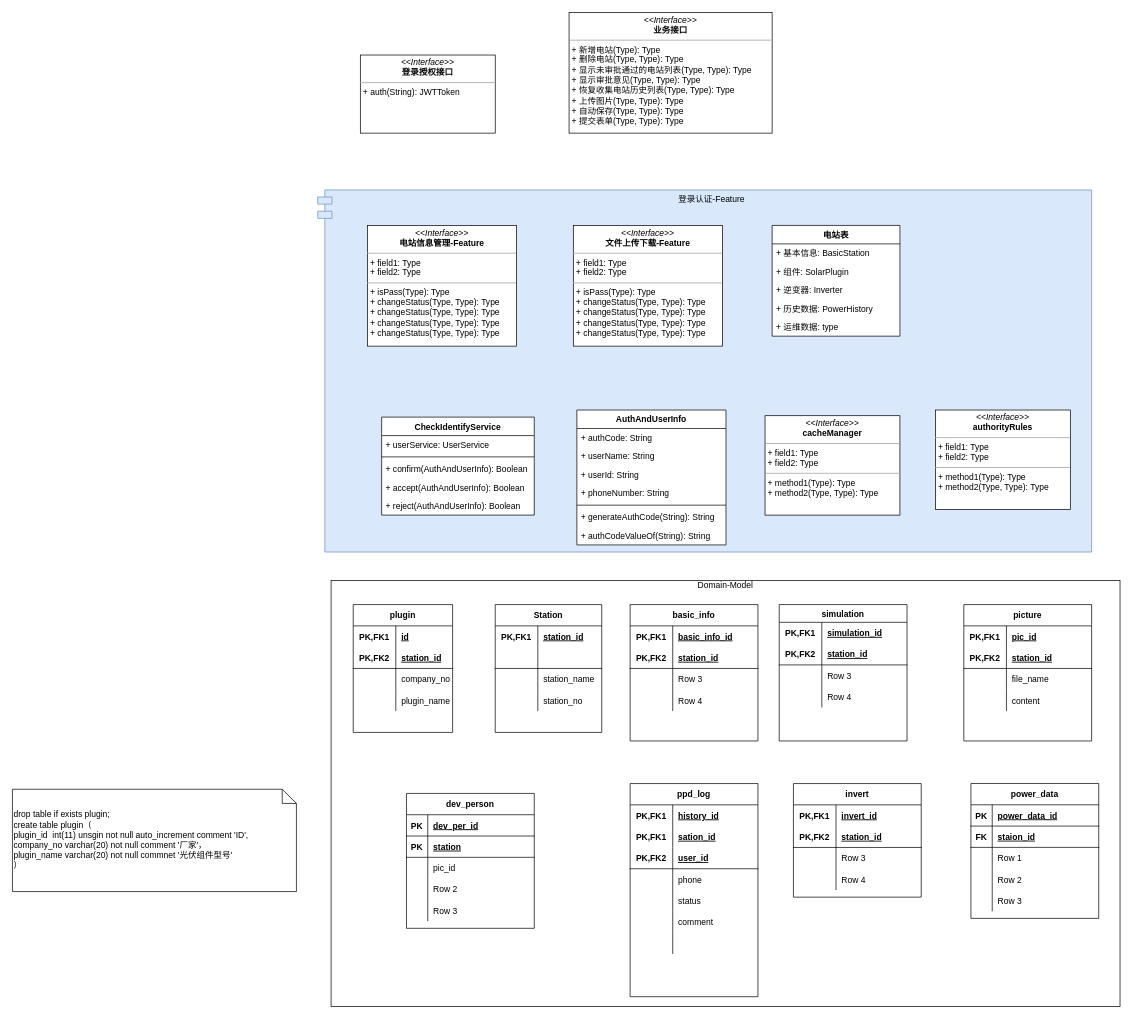
Earlier version of the draw.io diagram package.drawio (gg2herry/drawio). Source tidied: cells renumbered, new cells numbered last; positions are measured from the earlier drawing's top-left corner, leaving out a move shared by most shapes. Both pictures are drawn from the tidied source at 71%, with x=0, y=0 at pixel (12, 12).
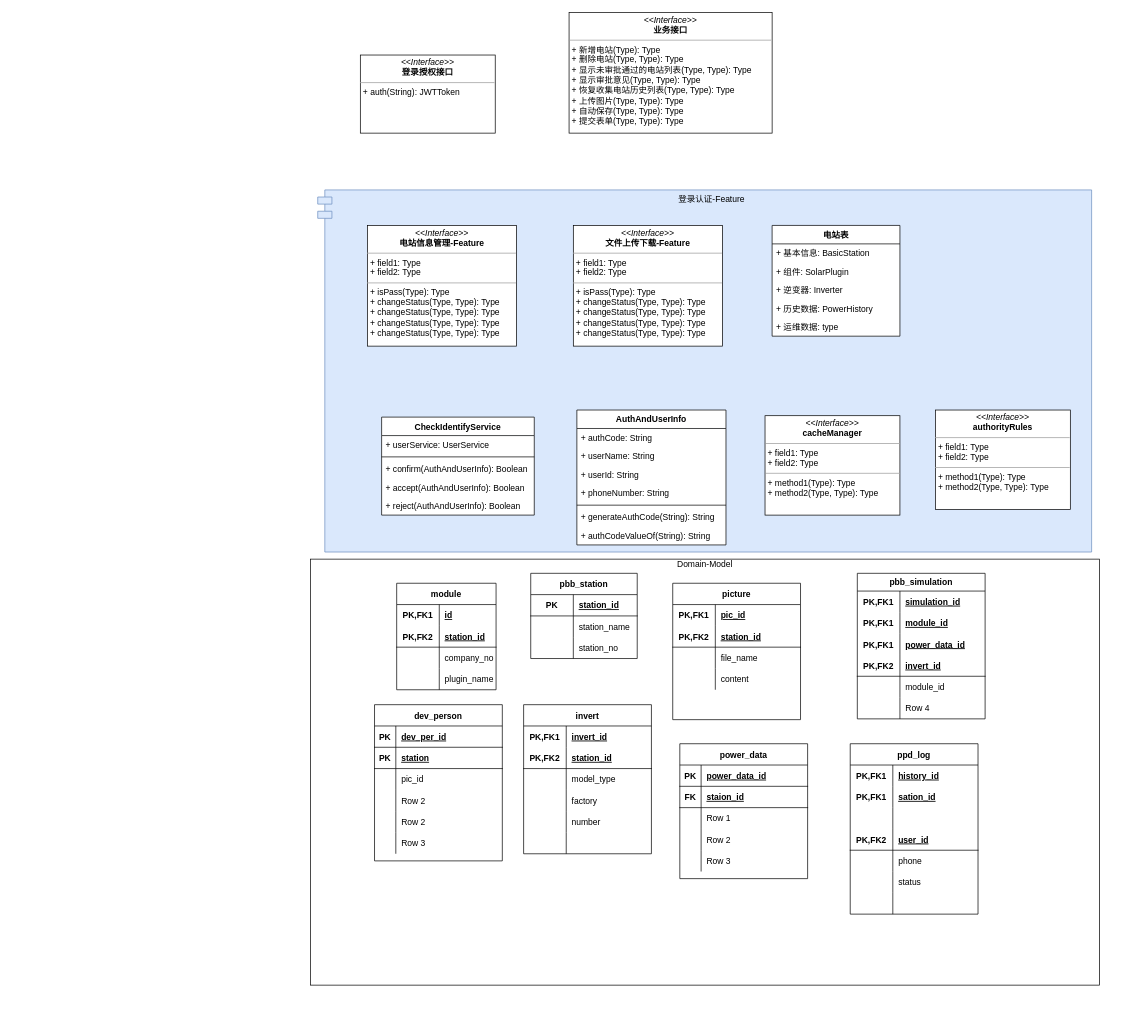
The same page after the edit.

Unchanged cells that the change refers to:
```xml
<mxCell id="125" style="shape=partialRectangle;fillColor=none;top=0;left=0;bottom=0;right=0;" parent="118" vertex="1">
  <mxGeometry y="90" width="180" height="30" as="geometry" />
</mxCell>
```

Diff of the diagram source:
```diff
@@
     <mxCell id="29" style="group;" parent="1" vertex="1">
-      <mxGeometry x="448.8" y="810" width="1111.2" height="600" as="geometry" />
+      <mxGeometry x="420" y="780" width="1111.2" height="600" as="geometry" />
     </mxCell>
@@
-    <mxCell id="31" value="Station" style="shape=table;startSize=30;childLayout=tableLayout;rowLines=0;fontStyle=1;align=center;" parent="29" vertex="1">
-      <mxGeometry x="231.2" y="24" width="150" height="180.1" as="geometry" />
+    <mxCell id="31" value="pbb_station" style="shape=table;startSize=30;childLayout=tableLayout;rowLines=0;fontStyle=1;align=center;" parent="29" vertex="1">
+      <mxGeometry x="310" y="10" width="150" height="120" as="geometry" />
     </mxCell>
-    <mxCell id="32" style="shape=partialRectangle;fillColor=none;top=0;left=0;bottom=0;right=0;" parent="31" vertex="1">
-      <mxGeometry y="30" width="150" height="30" as="geometry" />
-    </mxCell>
-    <mxCell id="33" value="PK,FK1" style="shape=partialRectangle;fillColor=none;top=0;left=0;bottom=0;right=0;fontStyle=1;overflow=hidden;" parent="32" vertex="1">
-      <mxGeometry width="60" height="30" as="geometry" />
-    </mxCell>
-    <mxCell id="34" value="station_id" style="shape=partialRectangle;fillColor=none;top=0;left=0;bottom=0;right=0;align=left;spacingLeft=6;fontStyle=5;overflow=hidden;" parent="32" vertex="1">
-      <mxGeometry x="60" width="90" height="30" as="geometry" />
-    </mxCell>
     <mxCell id="35" style="shape=partialRectangle;fillColor=none;top=0;left=0;bottom=1;right=0;" parent="31" vertex="1">
-      <mxGeometry y="60" width="150" height="30" as="geometry" />
+      <mxGeometry y="30" width="150" height="30" as="geometry" />
     </mxCell>
-    <mxCell id="36" style="shape=partialRectangle;fillColor=none;top=0;left=0;bottom=0;right=0;fontStyle=1;overflow=hidden;" parent="35" vertex="1">
+    <mxCell id="36" value="PK" style="shape=partialRectangle;fillColor=none;top=0;left=0;bottom=0;right=0;fontStyle=1;overflow=hidden;" parent="35" vertex="1">
       <mxGeometry width="60" height="30" as="geometry" />
     </mxCell>
-    <mxCell id="37" style="shape=partialRectangle;fillColor=none;top=0;left=0;bottom=0;right=0;align=left;spacingLeft=6;fontStyle=5;overflow=hidden;" parent="35" vertex="1">
+    <mxCell id="37" value="station_id" style="shape=partialRectangle;fillColor=none;top=0;left=0;bottom=0;right=0;align=left;spacingLeft=6;fontStyle=5;overflow=hidden;" parent="35" vertex="1">
       <mxGeometry x="60" width="90" height="30" as="geometry" />
     </mxCell>
     <mxCell id="38" style="shape=partialRectangle;fillColor=none;top=0;left=0;bottom=0;right=0;" parent="31" vertex="1">
-      <mxGeometry y="90" width="150" height="30" as="geometry" />
+      <mxGeometry y="60" width="150" height="30" as="geometry" />
     </mxCell>
@@
     <mxCell id="41" style="shape=partialRectangle;fillColor=none;top=0;left=0;bottom=0;right=0;" parent="31" vertex="1">
-      <mxGeometry y="120" width="150" height="30" as="geometry" />
+      <mxGeometry y="90" width="150" height="30" as="geometry" />
     </mxCell>
@@
-    <mxCell id="44" value="plugin" style="shape=table;startSize=30;childLayout=tableLayout;rowLines=0;fontStyle=1;align=center;" parent="29" vertex="1">
-      <mxGeometry x="31.2" y="24" width="140" height="180.1" as="geometry" />
+    <mxCell id="44" value="module" style="shape=table;startSize=30;childLayout=tableLayout;rowLines=0;fontStyle=1;align=center;" parent="29" vertex="1">
+      <mxGeometry x="121.2" y="24" width="140" height="150" as="geometry" />
     </mxCell>
@@
-    <mxCell id="57" value="basic_info" style="shape=table;startSize=30;childLayout=tableLayout;rowLines=0;fontStyle=1;align=center;" parent="29" vertex="1">
-      <mxGeometry x="421.2" y="24" width="180" height="192.1" as="geometry" />
-    </mxCell>
-    <mxCell id="58" style="shape=partialRectangle;fillColor=none;top=0;left=0;bottom=0;right=0;" parent="57" vertex="1">
-      <mxGeometry y="30" width="180" height="30" as="geometry" />
-    </mxCell>
-    <mxCell id="59" value="PK,FK1" style="shape=partialRectangle;fillColor=none;top=0;left=0;bottom=0;right=0;fontStyle=1;overflow=hidden;" parent="58" vertex="1">
-      <mxGeometry width="60" height="30" as="geometry" />
-    </mxCell>
-    <mxCell id="60" value="basic_info_id" style="shape=partialRectangle;fillColor=none;top=0;left=0;bottom=0;right=0;align=left;spacingLeft=6;fontStyle=5;overflow=hidden;" parent="58" vertex="1">
-      <mxGeometry x="60" width="120" height="30" as="geometry" />
-    </mxCell>
-    <mxCell id="61" style="shape=partialRectangle;fillColor=none;top=0;left=0;bottom=1;right=0;" parent="57" vertex="1">
-      <mxGeometry y="60" width="180" height="30" as="geometry" />
-    </mxCell>
-    <mxCell id="62" value="PK,FK2" style="shape=partialRectangle;fillColor=none;top=0;left=0;bottom=0;right=0;fontStyle=1;overflow=hidden;" parent="61" vertex="1">
-      <mxGeometry width="60" height="30" as="geometry" />
-    </mxCell>
-    <mxCell id="63" value="station_id" style="shape=partialRectangle;fillColor=none;top=0;left=0;bottom=0;right=0;align=left;spacingLeft=6;fontStyle=5;overflow=hidden;" parent="61" vertex="1">
-      <mxGeometry x="60" width="120" height="30" as="geometry" />
-    </mxCell>
-    <mxCell id="64" style="shape=partialRectangle;fillColor=none;top=0;left=0;bottom=0;right=0;" parent="57" vertex="1">
-      <mxGeometry y="90" width="180" height="30" as="geometry" />
-    </mxCell>
-    <mxCell id="65" style="shape=partialRectangle;fillColor=none;top=0;left=0;bottom=0;right=0;overflow=hidden;" parent="64" vertex="1">
-      <mxGeometry width="60" height="30" as="geometry" />
-    </mxCell>
-    <mxCell id="66" value="Row 3" style="shape=partialRectangle;fillColor=none;top=0;left=0;bottom=0;right=0;align=left;spacingLeft=6;overflow=hidden;" parent="64" vertex="1">
-      <mxGeometry x="60" width="120" height="30" as="geometry" />
-    </mxCell>
-    <mxCell id="67" style="shape=partialRectangle;fillColor=none;top=0;left=0;bottom=0;right=0;" parent="57" vertex="1">
-      <mxGeometry y="120" width="180" height="30" as="geometry" />
-    </mxCell>
-    <mxCell id="68" style="shape=partialRectangle;fillColor=none;top=0;left=0;bottom=0;right=0;overflow=hidden;" parent="67" vertex="1">
-      <mxGeometry width="60" height="30" as="geometry" />
-    </mxCell>
-    <mxCell id="69" value="Row 4" style="shape=partialRectangle;fillColor=none;top=0;left=0;bottom=0;right=0;align=left;spacingLeft=6;overflow=hidden;" parent="67" vertex="1">
-      <mxGeometry x="60" width="120" height="30" as="geometry" />
-    </mxCell>
-    <mxCell id="70" value="simulation" style="shape=table;startSize=25;childLayout=tableLayout;rowLines=0;fontStyle=1;align=center;" parent="29" vertex="1">
-      <mxGeometry x="631.2" y="24" width="180" height="192.1" as="geometry" />
+    <mxCell id="70" value="pbb_simulation" style="shape=table;startSize=25;childLayout=tableLayout;rowLines=0;fontStyle=1;align=center;" parent="29" vertex="1">
+      <mxGeometry x="770" y="10" width="180" height="205" as="geometry" />
     </mxCell>
@@
+    <mxCell id="164" style="shape=partialRectangle;fillColor=none;top=0;left=0;bottom=0;right=0;" parent="70" vertex="1">
+      <mxGeometry y="55" width="180" height="30" as="geometry" />
+    </mxCell>
+    <mxCell id="165" value="PK,FK1" style="shape=partialRectangle;fillColor=none;top=0;left=0;bottom=0;right=0;fontStyle=1;overflow=hidden;" parent="164" vertex="1">
+      <mxGeometry width="60" height="30" as="geometry" />
+    </mxCell>
+    <mxCell id="166" value="module_id" style="shape=partialRectangle;fillColor=none;top=0;left=0;bottom=0;right=0;align=left;spacingLeft=6;fontStyle=5;overflow=hidden;" parent="164" vertex="1">
+      <mxGeometry x="60" width="120" height="30" as="geometry" />
+    </mxCell>
+    <mxCell id="167" style="shape=partialRectangle;fillColor=none;top=0;left=0;bottom=0;right=0;" parent="70" vertex="1">
+      <mxGeometry y="85" width="180" height="30" as="geometry" />
+    </mxCell>
+    <mxCell id="168" value="PK,FK1" style="shape=partialRectangle;fillColor=none;top=0;left=0;bottom=0;right=0;fontStyle=1;overflow=hidden;" parent="167" vertex="1">
+      <mxGeometry width="60" height="30" as="geometry" />
+    </mxCell>
+    <mxCell id="169" value="power_data_id" style="shape=partialRectangle;fillColor=none;top=0;left=0;bottom=0;right=0;align=left;spacingLeft=6;fontStyle=5;overflow=hidden;" parent="167" vertex="1">
+      <mxGeometry x="60" width="120" height="30" as="geometry" />
+    </mxCell>
     <mxCell id="74" style="shape=partialRectangle;fillColor=none;top=0;left=0;bottom=1;right=0;" parent="70" vertex="1">
-      <mxGeometry y="55" width="180" height="30" as="geometry" />
+      <mxGeometry y="115" width="180" height="30" as="geometry" />
     </mxCell>
@@
-    <mxCell id="76" value="station_id" style="shape=partialRectangle;fillColor=none;top=0;left=0;bottom=0;right=0;align=left;spacingLeft=6;fontStyle=5;overflow=hidden;" parent="74" vertex="1">
+    <mxCell id="76" value="invert_id" style="shape=partialRectangle;fillColor=none;top=0;left=0;bottom=0;right=0;align=left;spacingLeft=6;fontStyle=5;overflow=hidden;" parent="74" vertex="1">
       <mxGeometry x="60" width="120" height="30" as="geometry" />
     </mxCell>
     <mxCell id="77" style="shape=partialRectangle;fillColor=none;top=0;left=0;bottom=0;right=0;" parent="70" vertex="1">
-      <mxGeometry y="85" width="180" height="30" as="geometry" />
+      <mxGeometry y="145" width="180" height="30" as="geometry" />
     </mxCell>
@@
-    <mxCell id="79" value="Row 3" style="shape=partialRectangle;fillColor=none;top=0;left=0;bottom=0;right=0;align=left;spacingLeft=6;overflow=hidden;" parent="77" vertex="1">
+    <mxCell id="79" value="module_id" style="shape=partialRectangle;fillColor=none;top=0;left=0;bottom=0;right=0;align=left;spacingLeft=6;overflow=hidden;" parent="77" vertex="1">
       <mxGeometry x="60" width="120" height="30" as="geometry" />
     </mxCell>
     <mxCell id="80" style="shape=partialRectangle;fillColor=none;top=0;left=0;bottom=0;right=0;" parent="70" vertex="1">
-      <mxGeometry y="115" width="180" height="30" as="geometry" />
+      <mxGeometry y="175" width="180" height="30" as="geometry" />
     </mxCell>
@@
     <mxCell id="83" value="picture" style="shape=table;startSize=30;childLayout=tableLayout;rowLines=0;fontStyle=1;align=center;" parent="29" vertex="1">
-      <mxGeometry x="891.2" y="24" width="180" height="192.1" as="geometry" />
+      <mxGeometry x="510" y="24" width="180" height="192.1" as="geometry" />
     </mxCell>
@@
     <mxCell id="96" value="ppd_log" style="shape=table;startSize=30;childLayout=tableLayout;rowLines=0;fontStyle=1;align=center;" parent="29" vertex="1">
-      <mxGeometry x="421.2" y="276.1" width="180" height="300.2" as="geometry" />
+      <mxGeometry x="760" y="250" width="180" height="240" as="geometry" />
     </mxCell>
@@
+    <mxCell id="32" style="shape=partialRectangle;fillColor=none;top=0;left=0;bottom=0;right=0;" parent="96" vertex="1">
+      <mxGeometry y="90" width="180" height="30" as="geometry" />
+    </mxCell>
+    <mxCell id="33" style="shape=partialRectangle;fillColor=none;top=0;left=0;bottom=0;right=0;fontStyle=1;overflow=hidden;" parent="32" vertex="1">
+      <mxGeometry width="60" height="30" as="geometry" />
+    </mxCell>
+    <mxCell id="34" style="shape=partialRectangle;fillColor=none;top=0;left=0;bottom=0;right=0;align=left;spacingLeft=6;fontStyle=5;overflow=hidden;" parent="32" vertex="1">
+      <mxGeometry x="60" width="120" height="30" as="geometry" />
+    </mxCell>
     <mxCell id="103" style="shape=partialRectangle;fillColor=none;top=0;left=0;bottom=1;right=0;" parent="96" vertex="1">
-      <mxGeometry y="90" width="180" height="30" as="geometry" />
+      <mxGeometry y="120" width="180" height="30" as="geometry" />
     </mxCell>
@@
     <mxCell id="106" style="shape=partialRectangle;fillColor=none;top=0;left=0;bottom=0;right=0;" parent="96" vertex="1">
-      <mxGeometry y="120" width="180" height="30" as="geometry" />
+      <mxGeometry y="150" width="180" height="30" as="geometry" />
     </mxCell>
@@
     <mxCell id="109" style="shape=partialRectangle;fillColor=none;top=0;left=0;bottom=0;right=0;" parent="96" vertex="1">
-      <mxGeometry y="150" width="180" height="30" as="geometry" />
+      <mxGeometry y="180" width="180" height="30" as="geometry" />
     </mxCell>
@@
-    <mxCell id="112" style="shape=partialRectangle;fillColor=none;top=0;left=0;bottom=0;right=0;" parent="96" vertex="1">
-      <mxGeometry y="180" width="180" height="30" as="geometry" />
-    </mxCell>
-    <mxCell id="113" style="shape=partialRectangle;fillColor=none;top=0;left=0;bottom=0;right=0;overflow=hidden;" parent="112" vertex="1">
-      <mxGeometry width="60" height="30" as="geometry" />
-    </mxCell>
-    <mxCell id="114" value="comment" style="shape=partialRectangle;fillColor=none;top=0;left=0;bottom=0;right=0;align=left;spacingLeft=6;overflow=hidden;" parent="112" vertex="1">
-      <mxGeometry x="60" width="120" height="30" as="geometry" />
-    </mxCell>
@@
     <mxCell id="118" value="invert" style="shape=table;startSize=30;childLayout=tableLayout;rowLines=0;fontStyle=1;align=center;" parent="29" vertex="1">
-      <mxGeometry x="651.2" y="276.1" width="180" height="160" as="geometry" />
+      <mxGeometry x="300" y="195" width="180" height="210" as="geometry" />
     </mxCell>
@@
-    <mxCell id="127" value="Row 3" style="shape=partialRectangle;fillColor=none;top=0;left=0;bottom=0;right=0;align=left;spacingLeft=6;overflow=hidden;" parent="125" vertex="1">
+    <mxCell id="127" value="model_type" style="shape=partialRectangle;fillColor=none;top=0;left=0;bottom=0;right=0;align=left;spacingLeft=6;overflow=hidden;" parent="125" vertex="1">
       <mxGeometry x="60" width="120" height="30" as="geometry" />
     </mxCell>
+    <mxCell id="67" style="shape=partialRectangle;fillColor=none;top=0;left=0;bottom=0;right=0;" parent="118" vertex="1">
+      <mxGeometry y="120" width="180" height="30" as="geometry" />
+    </mxCell>
+    <mxCell id="170" style="shape=partialRectangle;fillColor=none;top=0;left=0;bottom=0;right=0;overflow=hidden;" parent="67" vertex="1">
+      <mxGeometry width="60" height="30" as="geometry" />
+    </mxCell>
+    <mxCell id="171" value="factory" style="shape=partialRectangle;fillColor=none;top=0;left=0;bottom=0;right=0;align=left;spacingLeft=6;overflow=hidden;" parent="67" vertex="1">
+      <mxGeometry x="60" width="120" height="30" as="geometry" />
+    </mxCell>
+    <mxCell id="112" style="shape=partialRectangle;fillColor=none;top=0;left=0;bottom=0;right=0;" parent="118" vertex="1">
+      <mxGeometry y="150" width="180" height="30" as="geometry" />
+    </mxCell>
+    <mxCell id="113" style="shape=partialRectangle;fillColor=none;top=0;left=0;bottom=0;right=0;overflow=hidden;" parent="112" vertex="1">
+      <mxGeometry width="60" height="30" as="geometry" />
+    </mxCell>
+    <mxCell id="114" value="number" style="shape=partialRectangle;fillColor=none;top=0;left=0;bottom=0;right=0;align=left;spacingLeft=6;overflow=hidden;" parent="112" vertex="1">
+      <mxGeometry x="60" width="120" height="30" as="geometry" />
+    </mxCell>
     <mxCell id="128" style="shape=partialRectangle;fillColor=none;top=0;left=0;bottom=0;right=0;" parent="118" vertex="1">
-      <mxGeometry y="120" width="180" height="30" as="geometry" />
+      <mxGeometry y="180" width="180" height="30" as="geometry" />
     </mxCell>
@@
-    <mxCell id="130" value="Row 4" style="shape=partialRectangle;fillColor=none;top=0;left=0;bottom=0;right=0;align=left;spacingLeft=6;overflow=hidden;" parent="128" vertex="1">
+    <mxCell id="130" style="shape=partialRectangle;fillColor=none;top=0;left=0;bottom=0;right=0;align=left;spacingLeft=6;overflow=hidden;" parent="128" vertex="1">
       <mxGeometry x="60" width="120" height="30" as="geometry" />
     </mxCell>
     <mxCell id="131" value="power_data" style="shape=table;startSize=30;childLayout=tableLayout;rowLines=0;fontStyle=1;align=center;" parent="29" vertex="1">
-      <mxGeometry x="901.2" y="276" width="180" height="190" as="geometry" />
+      <mxGeometry x="520" y="250" width="180" height="190" as="geometry" />
     </mxCell>
@@
     <mxCell id="147" value="dev_person" style="shape=table;startSize=30;childLayout=tableLayout;rowLines=0;fontStyle=1;align=center;" parent="29" vertex="1">
-      <mxGeometry x="106.2" y="290" width="180" height="190" as="geometry" />
+      <mxGeometry x="90" y="195" width="180" height="220" as="geometry" />
     </mxCell>
@@
+    <mxCell id="172" style="shape=partialRectangle;fillColor=none;top=0;left=0;bottom=0;right=0;" parent="147" vertex="1">
+      <mxGeometry y="150" width="180" height="30" as="geometry" />
+    </mxCell>
+    <mxCell id="173" style="shape=partialRectangle;fillColor=none;top=0;left=0;bottom=0;right=0;overflow=hidden;" parent="172" vertex="1">
+      <mxGeometry width="30" height="30" as="geometry" />
+    </mxCell>
+    <mxCell id="174" value="Row 2" style="shape=partialRectangle;fillColor=none;top=0;left=0;bottom=0;right=0;align=left;spacingLeft=6;overflow=hidden;" parent="172" vertex="1">
+      <mxGeometry x="30" width="150" height="30" as="geometry" />
+    </mxCell>
     <mxCell id="160" style="shape=partialRectangle;fillColor=none;top=0;left=0;bottom=0;right=0;" parent="147" vertex="1">
-      <mxGeometry y="150" width="180" height="30" as="geometry" />
+      <mxGeometry y="180" width="180" height="30" as="geometry" />
     </mxCell>
@@
-    <mxCell id="163" value="&lt;div&gt;&lt;span&gt;drop table if exists plugin;&lt;/span&gt;&lt;/div&gt;&lt;div&gt;&lt;span&gt;create table plugin（&lt;/span&gt;&lt;/div&gt;&lt;div&gt;&lt;span&gt;plugin_id&amp;nbsp; int(11) unsgin not null auto_increment comment 'ID',&lt;/span&gt;&lt;/div&gt;&lt;div&gt;company_no varchar(20) not null comment '厂家'，&lt;/div&gt;&lt;div&gt;plugin_name varchar(20) not null commnet '光伏组件型号'&lt;/div&gt;&lt;div&gt;&lt;span&gt;）&lt;/span&gt;&lt;/div&gt;" style="shape=note;size=20;whiteSpace=wrap;html=1;align=left;" parent="1" vertex="1">
-      <mxGeometry y="1094.1" width="400" height="144.1" as="geometry" />
-    </mxCell>
```
